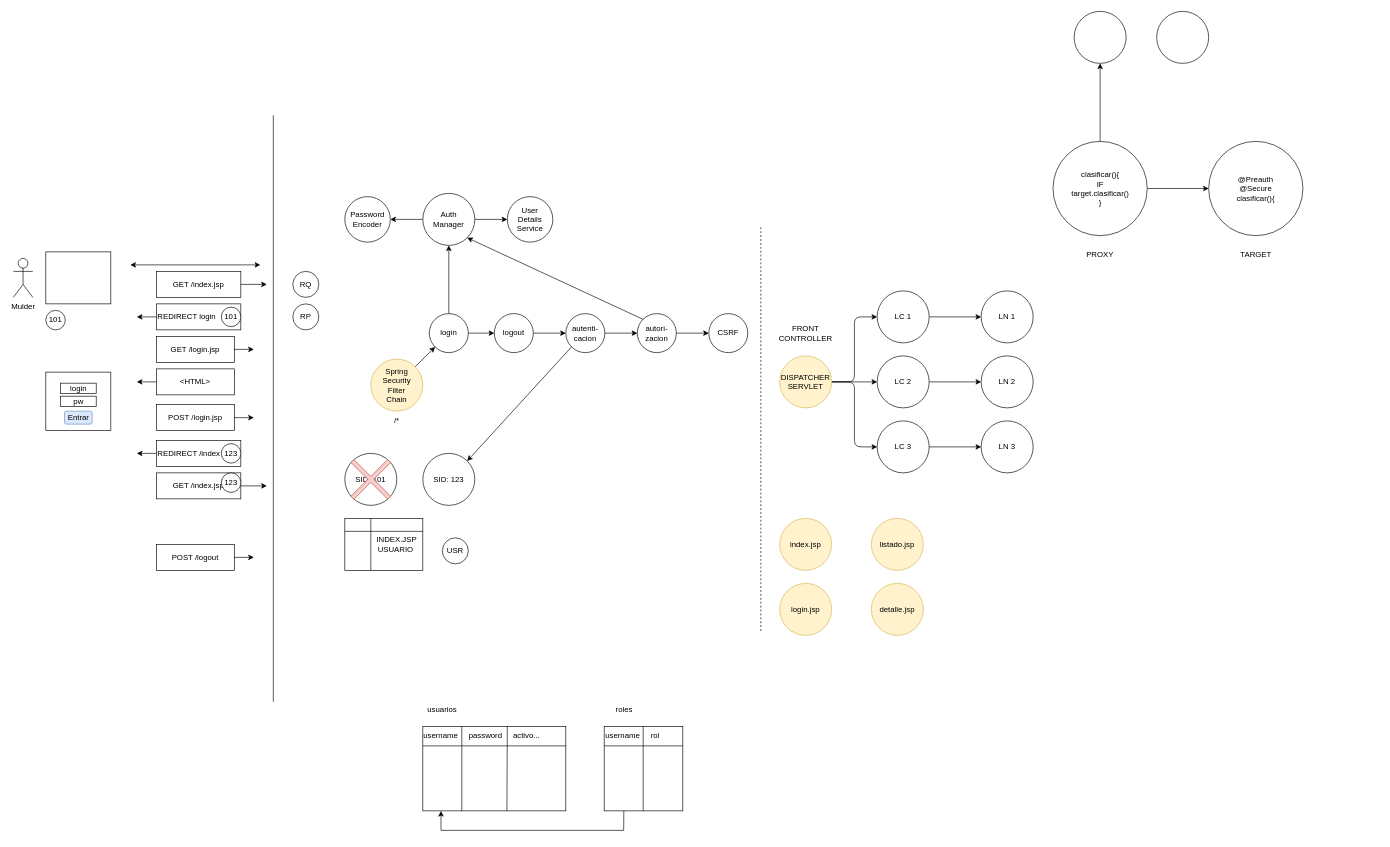
The draw.io diagram page "Página-20" (23 of 26) of seguridad.drawio in lrag/seguridad_java, before the edit. Source tidied: cells renumbered, new cells numbered last; positions are measured from the earlier drawing's top-left corner, leaving out a move shared by most shapes. Both pictures are drawn from the tidied source at 65%, with x=0, y=0 at pixel (13, 11).
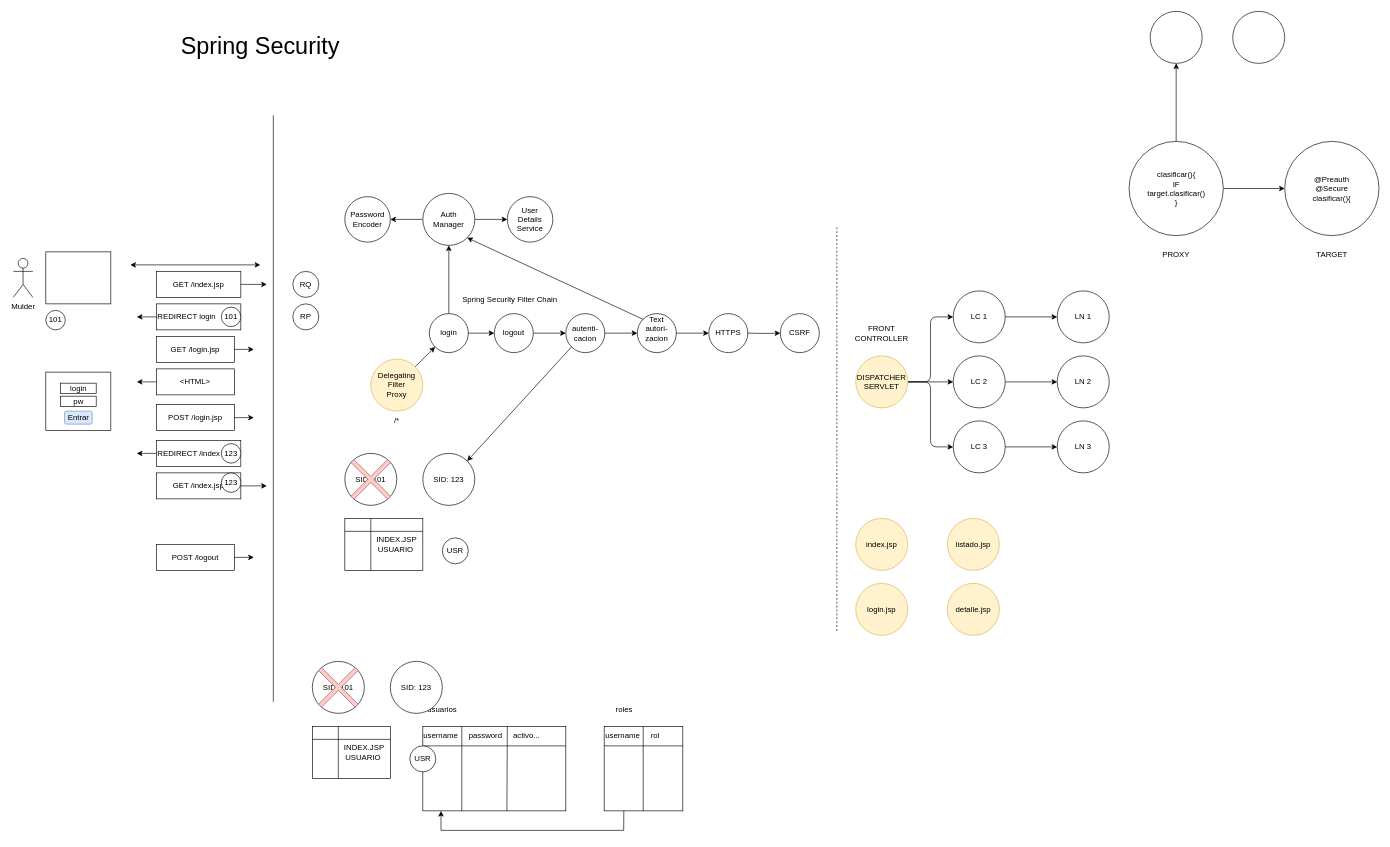
Above is the later version.

Diff of the diagram source:
```diff
@@
     <mxCell id="5" value="DISPATCHER&lt;br&gt;SERVLET" style="ellipse;whiteSpace=wrap;html=1;fillColor=#fff2cc;strokeColor=#d6b656;" parent="1" vertex="1">
-      <mxGeometry x="1179" y="530" width="80" height="80" as="geometry" />
+      <mxGeometry x="1296" y="530" width="80" height="80" as="geometry" />
     </mxCell>
@@
     <mxCell id="7" value="LC 1" style="ellipse;whiteSpace=wrap;html=1;" parent="1" vertex="1">
-      <mxGeometry x="1329" y="430" width="80" height="80" as="geometry" />
+      <mxGeometry x="1446" y="430" width="80" height="80" as="geometry" />
     </mxCell>
@@
     <mxCell id="9" value="LC 2" style="ellipse;whiteSpace=wrap;html=1;" parent="1" vertex="1">
-      <mxGeometry x="1329" y="530" width="80" height="80" as="geometry" />
+      <mxGeometry x="1446" y="530" width="80" height="80" as="geometry" />
     </mxCell>
@@
     <mxCell id="11" value="LC 3" style="ellipse;whiteSpace=wrap;html=1;" parent="1" vertex="1">
-      <mxGeometry x="1329" y="630" width="80" height="80" as="geometry" />
+      <mxGeometry x="1446" y="630" width="80" height="80" as="geometry" />
     </mxCell>
     <mxCell id="12" value="LN 1" style="ellipse;whiteSpace=wrap;html=1;" parent="1" vertex="1">
-      <mxGeometry x="1489" y="430" width="80" height="80" as="geometry" />
+      <mxGeometry x="1606" y="430" width="80" height="80" as="geometry" />
     </mxCell>
     <mxCell id="13" value="LN 2" style="ellipse;whiteSpace=wrap;html=1;" parent="1" vertex="1">
-      <mxGeometry x="1489" y="530" width="80" height="80" as="geometry" />
+      <mxGeometry x="1606" y="530" width="80" height="80" as="geometry" />
     </mxCell>
     <mxCell id="14" value="LN 3" style="ellipse;whiteSpace=wrap;html=1;" parent="1" vertex="1">
-      <mxGeometry x="1489" y="630" width="80" height="80" as="geometry" />
+      <mxGeometry x="1606" y="630" width="80" height="80" as="geometry" />
     </mxCell>
-    <mxCell id="15" value="Spring&lt;br&gt;Security&lt;br&gt;Filter&lt;br&gt;Chain" style="ellipse;whiteSpace=wrap;html=1;fillColor=#fff2cc;strokeColor=#d6b656;" parent="1" vertex="1">
+    <mxCell id="15" value="Delegating&lt;br&gt;Filter&lt;br&gt;Proxy" style="ellipse;whiteSpace=wrap;html=1;fillColor=#fff2cc;strokeColor=#d6b656;" parent="1" vertex="1">
       <mxGeometry x="550" y="535" width="80" height="80" as="geometry" />
     </mxCell>
@@
     <mxCell id="21" value="index.jsp" style="ellipse;whiteSpace=wrap;html=1;fillColor=#fff2cc;strokeColor=#d6b656;" parent="1" vertex="1">
-      <mxGeometry x="1179" y="780" width="80" height="80" as="geometry" />
+      <mxGeometry x="1296" y="780" width="80" height="80" as="geometry" />
     </mxCell>
@@
     <mxCell id="46" value="@Preauth&lt;br&gt;@Secure&lt;br&gt;clasificar(){" style="ellipse;whiteSpace=wrap;html=1;" parent="1" vertex="1">
-      <mxGeometry x="1839" y="200" width="145" height="145" as="geometry" />
+      <mxGeometry x="1956" y="200" width="145" height="145" as="geometry" />
     </mxCell>
@@
     <mxCell id="49" value="clasificar(){&lt;br&gt;IF&lt;br&gt;target.clasificar()&lt;br&gt;}" style="ellipse;whiteSpace=wrap;html=1;" parent="1" vertex="1">
-      <mxGeometry x="1599.5" y="200" width="145" height="145" as="geometry" />
+      <mxGeometry x="1716.5" y="200" width="145" height="145" as="geometry" />
     </mxCell>
     <mxCell id="50" value="PROXY" style="text;html=1;strokeColor=none;fillColor=none;align=center;verticalAlign=middle;whiteSpace=wrap;rounded=0;" parent="1" vertex="1">
-      <mxGeometry x="1642" y="360" width="60" height="30" as="geometry" />
+      <mxGeometry x="1759" y="360" width="60" height="30" as="geometry" />
     </mxCell>
     <mxCell id="51" value="TARGET" style="text;html=1;strokeColor=none;fillColor=none;align=center;verticalAlign=middle;whiteSpace=wrap;rounded=0;" parent="1" vertex="1">
-      <mxGeometry x="1881.5" y="360" width="60" height="30" as="geometry" />
+      <mxGeometry x="1998.5" y="360" width="60" height="30" as="geometry" />
     </mxCell>
     <mxCell id="52" style="ellipse;whiteSpace=wrap;html=1;" parent="1" vertex="1">
-      <mxGeometry x="1632" width="80" height="80" as="geometry" />
+      <mxGeometry x="1749" width="80" height="80" as="geometry" />
     </mxCell>
     <mxCell id="53" style="ellipse;whiteSpace=wrap;html=1;" parent="1" vertex="1">
-      <mxGeometry x="1759" width="80" height="80" as="geometry" />
+      <mxGeometry x="1876" width="80" height="80" as="geometry" />
     </mxCell>
     <mxCell id="54" value="FRONT&lt;br&gt;CONTROLLER" style="text;html=1;strokeColor=none;fillColor=none;align=center;verticalAlign=middle;whiteSpace=wrap;rounded=0;" parent="1" vertex="1">
-      <mxGeometry x="1189" y="480" width="60" height="30" as="geometry" />
+      <mxGeometry x="1306" y="480" width="60" height="30" as="geometry" />
     </mxCell>
@@
     <mxCell id="57" value="login.jsp" style="ellipse;whiteSpace=wrap;html=1;fillColor=#fff2cc;strokeColor=#d6b656;" parent="1" vertex="1">
-      <mxGeometry x="1179" y="880" width="80" height="80" as="geometry" />
+      <mxGeometry x="1296" y="880" width="80" height="80" as="geometry" />
     </mxCell>
@@
-    <mxCell id="70" value="CSRF" style="ellipse;whiteSpace=wrap;html=1;" parent="1" vertex="1">
+    <mxCell id="70" value="HTTPS" style="ellipse;whiteSpace=wrap;html=1;" parent="1" vertex="1">
       <mxGeometry x="1070" y="465" width="60" height="60" as="geometry" />
     </mxCell>
@@
     <mxCell id="75" style="endArrow=none;dashed=1;html=1;rounded=0;" parent="1" edge="1">
       <mxGeometry relative="1" as="geometry">
-        <mxPoint x="1150" y="953.2" as="sourcePoint" />
-        <mxPoint x="1150" y="330" as="targetPoint" />
+        <mxPoint x="1267" y="953.2" as="sourcePoint" />
+        <mxPoint x="1267" y="330" as="targetPoint" />
       </mxGeometry>
     </mxCell>
@@
     <mxCell id="90" value="listado.jsp" style="ellipse;whiteSpace=wrap;html=1;fillColor=#fff2cc;strokeColor=#d6b656;" parent="1" vertex="1">
-      <mxGeometry x="1320" y="780" width="80" height="80" as="geometry" />
+      <mxGeometry x="1437" y="780" width="80" height="80" as="geometry" />
     </mxCell>
     <mxCell id="91" value="detalle.jsp" style="ellipse;whiteSpace=wrap;html=1;fillColor=#fff2cc;strokeColor=#d6b656;" parent="1" vertex="1">
-      <mxGeometry x="1320" y="880" width="80" height="80" as="geometry" />
+      <mxGeometry x="1437" y="880" width="80" height="80" as="geometry" />
     </mxCell>
+    <mxCell id="92" value="&lt;font style=&quot;font-size: 36px;&quot;&gt;Spring Security&lt;/font&gt;" style="text;html=1;strokeColor=none;fillColor=none;align=center;verticalAlign=middle;whiteSpace=wrap;rounded=0;" parent="1" vertex="1">
+      <mxGeometry x="150" y="25" width="460" height="55" as="geometry" />
+    </mxCell>
+    <mxCell id="93" value="SID: 101" style="ellipse;whiteSpace=wrap;html=1;" parent="1" vertex="1">
+      <mxGeometry x="460" y="1000" width="80" height="80" as="geometry" />
+    </mxCell>
+    <mxCell id="94" value="&amp;nbsp; &amp;nbsp; &amp;nbsp; &amp;nbsp; &amp;nbsp; &amp;nbsp; INDEX.JSP&lt;br&gt;&amp;nbsp; &amp;nbsp; &amp;nbsp; &amp;nbsp; &amp;nbsp; &amp;nbsp;USUARIO" style="shape=internalStorage;whiteSpace=wrap;html=1;backgroundOutline=1;dx=40;dy=20;" parent="1" vertex="1">
+      <mxGeometry x="460" y="1100" width="120" height="80" as="geometry" />
+    </mxCell>
+    <mxCell id="95" style="shape=cross;whiteSpace=wrap;html=1;size=0.07999954223632813;rotation=45;fillColor=#f8cecc;strokeColor=#b85450;" parent="1" vertex="1">
+      <mxGeometry x="460" y="1000" width="80" height="80" as="geometry" />
+    </mxCell>
+    <mxCell id="96" value="SID: 123" style="ellipse;whiteSpace=wrap;html=1;" parent="1" vertex="1">
+      <mxGeometry x="580" y="1000" width="80" height="80" as="geometry" />
+    </mxCell>
+    <mxCell id="97" value="USR" style="ellipse;whiteSpace=wrap;html=1;" parent="1" vertex="1">
+      <mxGeometry x="610" y="1130" width="40" height="40" as="geometry" />
+    </mxCell>
+    <mxCell id="98" style="edgeStyle=orthogonalEdgeStyle;rounded=0;jettySize=auto;html=1;fontSize=18;" parent="1" edge="1" target="99">
+      <mxGeometry relative="1" as="geometry">
+        <mxPoint x="1130" y="495" as="sourcePoint" />
+      </mxGeometry>
+    </mxCell>
+    <mxCell id="99" value="CSRF" style="ellipse;whiteSpace=wrap;html=1;" parent="1" vertex="1">
+      <mxGeometry x="1180" y="465" width="60" height="60" as="geometry" />
+    </mxCell>
+    <mxCell id="100" value="Text" style="text;html=1;strokeColor=none;fillColor=none;align=center;verticalAlign=middle;whiteSpace=wrap;rounded=0;" parent="1" vertex="1">
+      <mxGeometry x="960" y="460" width="60" height="30" as="geometry" />
+    </mxCell>
+    <mxCell id="101" value="Spring Security Filter Chain" style="text;html=1;strokeColor=none;fillColor=none;align=center;verticalAlign=middle;whiteSpace=wrap;rounded=0;" parent="1" vertex="1">
+      <mxGeometry x="679" y="435" width="170" height="15" as="geometry" />
+    </mxCell>
```
